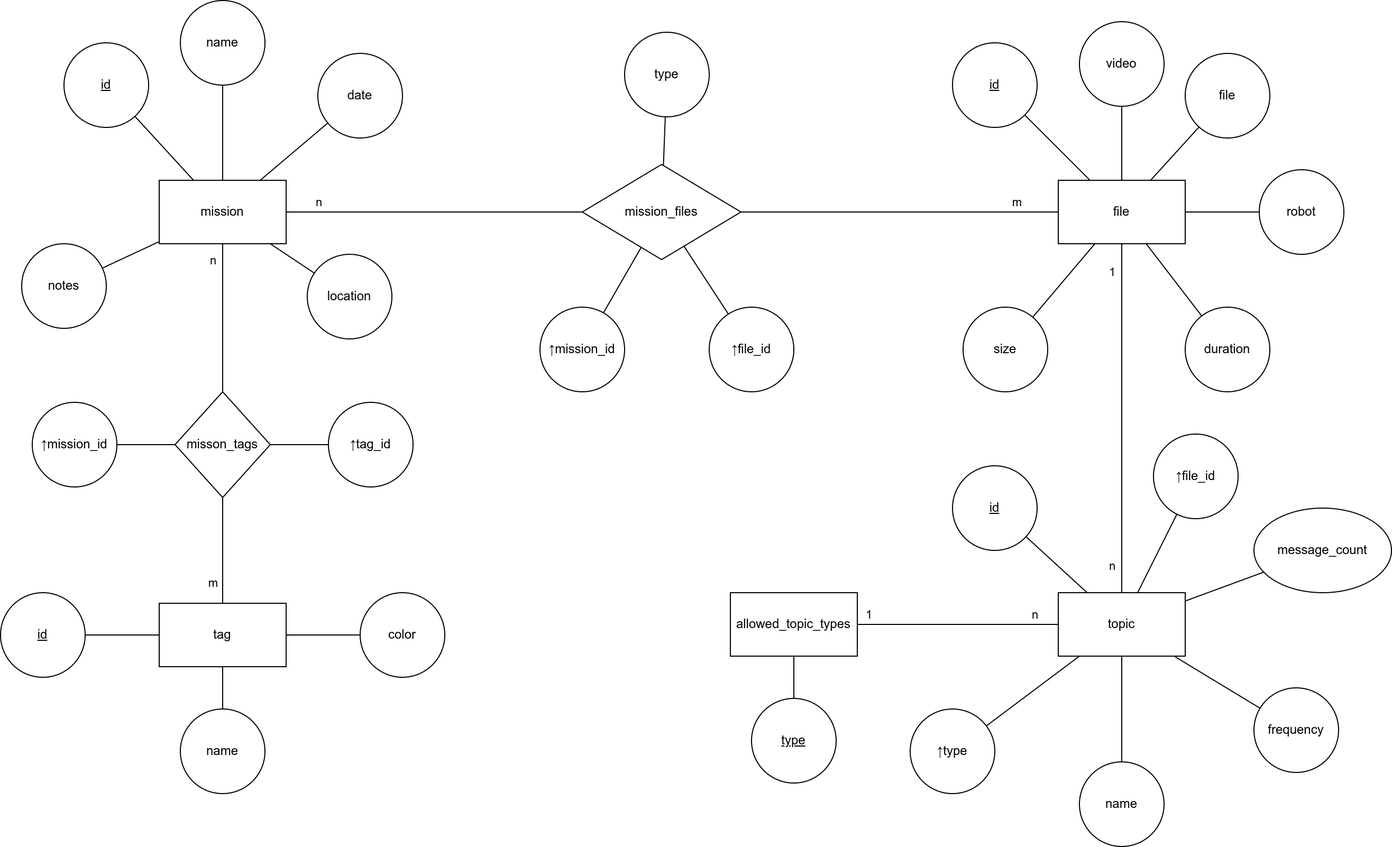
This is docs/db_scheme/db_scheme_er_diagram.png from brendel-group/mission_db, a draw.io export, as it was before one commit. Source tidied: cells renumbered, new cells last; positions are measured from the earlier drawing's top-left corner, leaving out a move shared by most shapes.
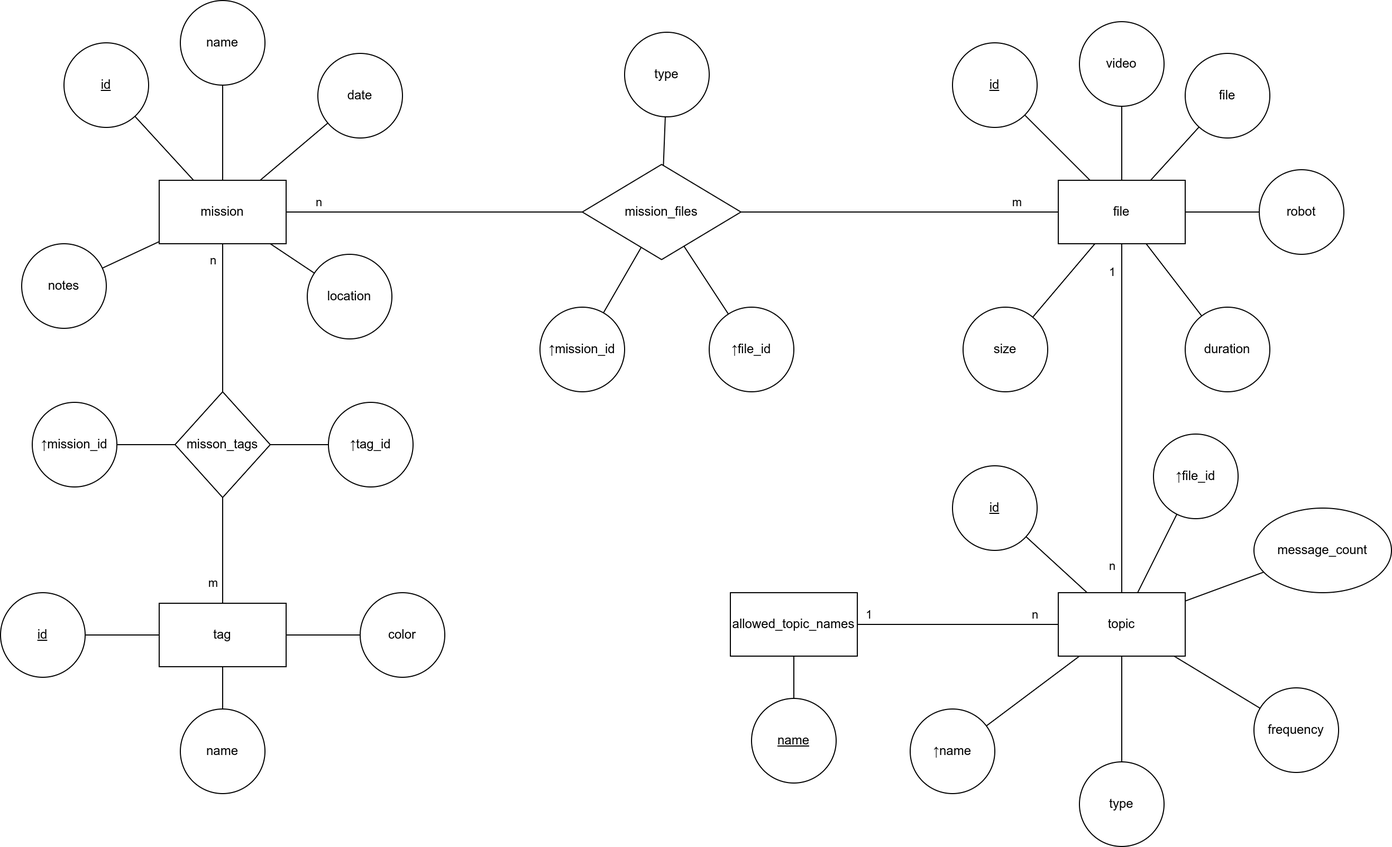
Above is the later version.

Commit message:
change allowed_topic_types to allowed_topic_names

Diff of the diagram source:
```diff
@@ -225,10 +225,10 @@
     <mxCell id="70" value="↑file_id" style="ellipse;whiteSpace=wrap;html=1;rounded=0;" parent="1" vertex="1">
       <mxGeometry x="1090" y="410" width="80" height="80" as="geometry" />
     </mxCell>
-    <mxCell id="71" value="name" style="ellipse;whiteSpace=wrap;html=1;rounded=0;" parent="1" vertex="1">
+    <mxCell id="71" value="type" style="ellipse;whiteSpace=wrap;html=1;rounded=0;" parent="1" vertex="1">
       <mxGeometry x="1020" y="720" width="80" height="80" as="geometry" />
     </mxCell>
-    <mxCell id="72" value="↑type" style="ellipse;whiteSpace=wrap;html=1;rounded=0;" parent="1" vertex="1">
+    <mxCell id="72" value="↑name" style="ellipse;whiteSpace=wrap;html=1;rounded=0;" parent="1" vertex="1">
       <mxGeometry x="860" y="670" width="80" height="80" as="geometry" />
     </mxCell>
     <mxCell id="73" value="message_count" style="ellipse;whiteSpace=wrap;html=1;rounded=0;" parent="1" vertex="1">
@@ -243,10 +243,10 @@
     <mxCell id="76" style="edgeStyle=none;shape=connector;rounded=0;jettySize=auto;html=1;labelBackgroundColor=default;strokeColor=default;align=center;verticalAlign=middle;fontFamily=Helvetica;fontSize=11;fontColor=default;endArrow=none;" parent="1" edge="1" source="77" target="78">
       <mxGeometry relative="1" as="geometry" />
     </mxCell>
-    <mxCell id="77" value="allowed_topic_types" style="rounded=0;whiteSpace=wrap;html=1;" parent="1" vertex="1">
+    <mxCell id="77" value="allowed_topic_names" style="rounded=0;whiteSpace=wrap;html=1;" parent="1" vertex="1">
       <mxGeometry x="690" y="560" width="120" height="60" as="geometry" />
     </mxCell>
-    <mxCell id="78" value="&lt;u&gt;type&lt;/u&gt;" style="ellipse;whiteSpace=wrap;html=1;rounded=0;" parent="1" vertex="1">
+    <mxCell id="78" value="&lt;u&gt;name&lt;/u&gt;" style="ellipse;whiteSpace=wrap;html=1;rounded=0;" parent="1" vertex="1">
       <mxGeometry x="710" y="660" width="80" height="80" as="geometry" />
     </mxCell>
   </root>
```
